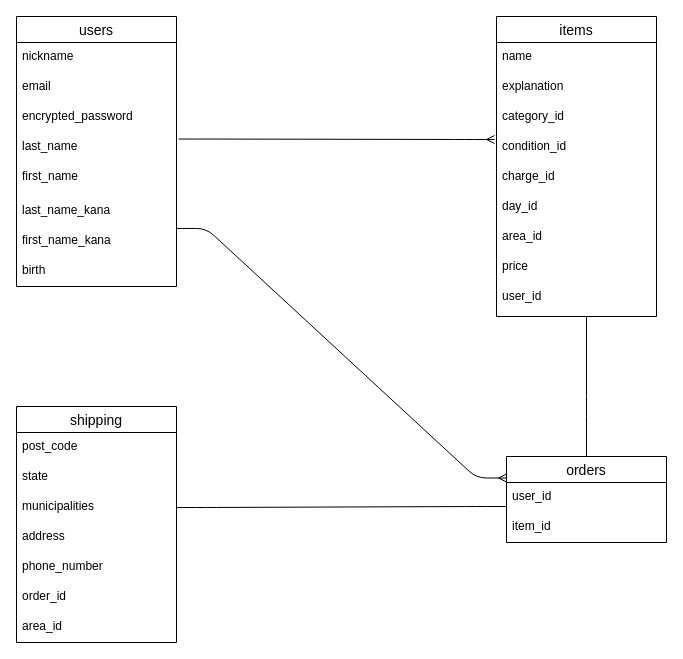
The draw.io diagram app/views/test.dio in daiki0527/furima-40956, before the edit. Source tidied: cells renumbered, new cells numbered last; positions are measured from the earlier drawing's top-left corner, leaving out a move shared by most shapes. Both pictures are drawn from the tidied source at 100%, with x=0, y=0 at pixel (16, 16).
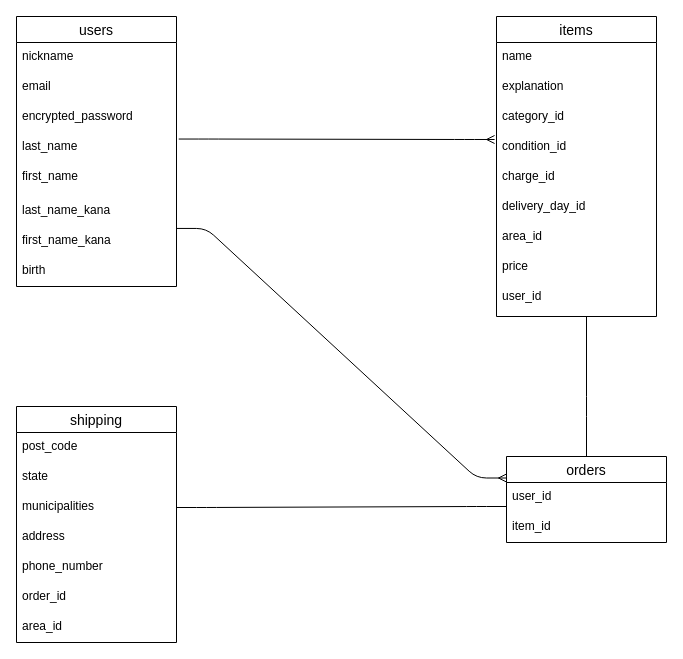
The same page after the edit.

Commit message (it also covers changes not shown here):
データベース設計⑥

Unchanged cells that the change refers to:
```xml
<mxCell id="11" value="items" style="swimlane;fontStyle=0;horizontal=1;startSize=26;align=center;fontSize=14;" parent="1" vertex="1">
  <mxGeometry x="480" width="160" height="300" as="geometry" />
</mxCell>
```

Change to the diagram source:
```diff
@@
-    <mxCell id="17" value="day_id " style="text;strokeColor=none;fillColor=none;spacingLeft=4;spacingRight=4;overflow=hidden;fontSize=12;" parent="11" vertex="1">
+    <mxCell id="17" value="delivery_day_id" style="text;strokeColor=none;fillColor=none;spacingLeft=4;spacingRight=4;overflow=hidden;fontSize=12;" parent="11" vertex="1">
       <mxGeometry y="176" width="160" height="30" as="geometry" />
     </mxCell>
```
